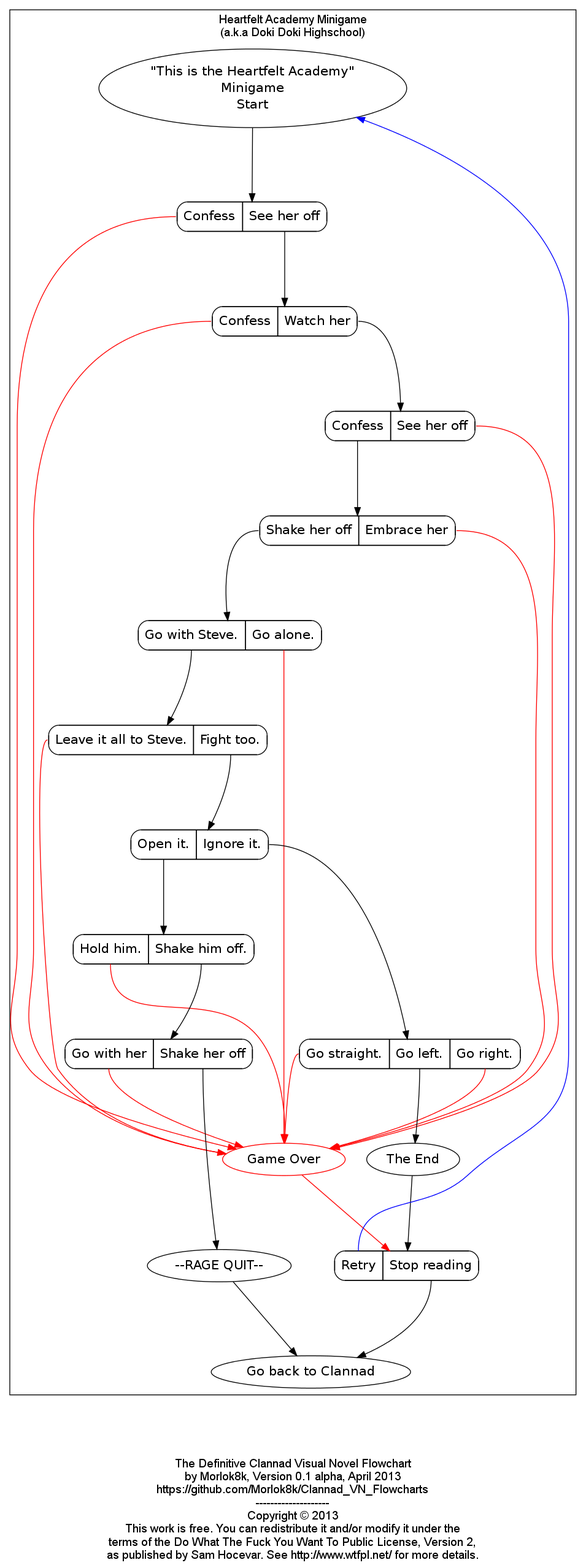
Above: Clannad_VN_Flowchart_Heartfelt_Academy.png in Morlok8k/Clannad_VN_Flowcharts (Graphviz), before the change. Its source is kept beside it as dot_files/Clannad_VN_Flowchart_Heartfelt_Academy.dot.
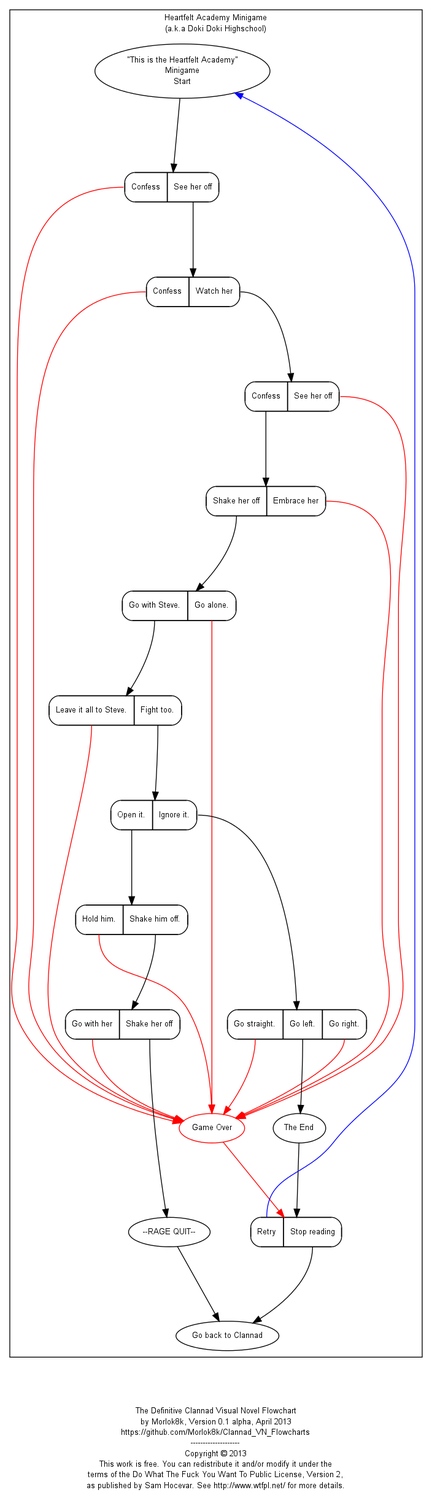
Above is the later version.

Change to the diagram source:
```diff
@@ -7,8 +7,9 @@
     colorscheme=X11;
     ranksep=1.25;
     compound=true;
-    node [fontsize=16];
+    node [fontname="Arial", fontsize=10];
     fontname="Arial";
+    fontsize=10;
 
     concentrate=false;
     splines=true;
```
